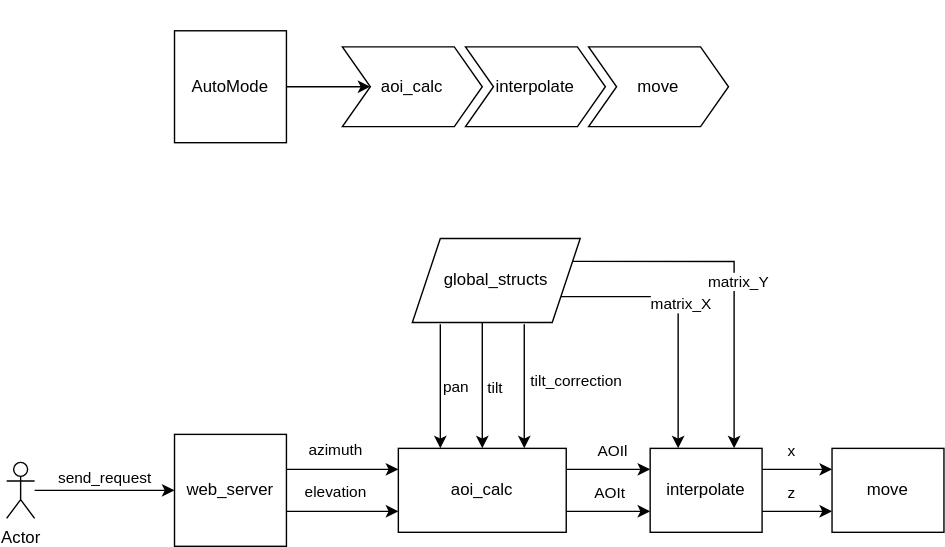
Above: documentation/DFD_FSM/EphMode.svg in isi-ies-group/Window_Control (draw.io), before the change. Source tidied: cells renumbered, new cells last; positions are measured from the earlier drawing's top-left corner, leaving out a move shared by most shapes. The source it was exported from:
```xml
<mxGraphModel>
  <root>
    <mxCell id="0" />
    <mxCell id="1" parent="0" />
    <mxCell id="2" style="edgeStyle=orthogonalEdgeStyle;rounded=0;jettySize=auto;html=1;entryX=0.25;entryY=0;entryDx=0;entryDy=0;" parent="1" edge="1" target="18">
      <mxGeometry relative="1" as="geometry">
        <mxPoint x="310" y="231.3" as="sourcePoint" />
      </mxGeometry>
    </mxCell>
    <mxCell id="3" value="pan" style="edgeLabel;html=1;align=center;verticalAlign=middle;" parent="2" vertex="1">
      <mxGeometry x="-0.01" y="4" relative="1" as="geometry">
        <mxPoint x="6" as="offset" />
      </mxGeometry>
    </mxCell>
    <mxCell id="4" style="edgeStyle=orthogonalEdgeStyle;rounded=0;jettySize=auto;html=1;entryX=0.75;entryY=0;entryDx=0;entryDy=0;" parent="1" edge="1" target="18">
      <mxGeometry relative="1" as="geometry">
        <mxPoint x="370" y="231.3" as="sourcePoint" />
      </mxGeometry>
    </mxCell>
    <mxCell id="5" value="tilt_correction" style="edgeLabel;html=1;align=center;verticalAlign=middle;" parent="4" vertex="1">
      <mxGeometry x="0.1" y="5" relative="1" as="geometry">
        <mxPoint x="31" y="-9" as="offset" />
      </mxGeometry>
    </mxCell>
    <mxCell id="6" style="edgeStyle=orthogonalEdgeStyle;rounded=0;jettySize=auto;html=1;exitX=1;exitY=0.75;exitDx=0;exitDy=0;entryX=0.25;entryY=0;entryDx=0;entryDy=0;" parent="1" edge="1" source="31" target="25">
      <mxGeometry relative="1" as="geometry" />
    </mxCell>
    <mxCell id="7" value="matrix_X" style="edgeLabel;html=1;align=center;verticalAlign=middle;" parent="6" vertex="1">
      <mxGeometry x="-0.07" y="1" relative="1" as="geometry" />
    </mxCell>
    <mxCell id="8" style="edgeStyle=orthogonalEdgeStyle;rounded=0;jettySize=auto;html=1;exitX=1;exitY=0.25;exitDx=0;exitDy=0;entryX=0.75;entryY=0;entryDx=0;entryDy=0;" parent="1" edge="1" source="31" target="25">
      <mxGeometry relative="1" as="geometry" />
    </mxCell>
    <mxCell id="9" value="matrix_Y" style="edgeLabel;html=1;align=center;verticalAlign=middle;" parent="8" vertex="1">
      <mxGeometry x="0.04" y="2" relative="1" as="geometry" />
    </mxCell>
    <mxCell id="10" style="edgeStyle=orthogonalEdgeStyle;rounded=0;jettySize=auto;html=1;exitX=1;exitY=0.25;exitDx=0;exitDy=0;entryX=0;entryY=0.25;entryDx=0;entryDy=0;" parent="1" edge="1" target="18">
      <mxGeometry relative="1" as="geometry">
        <mxPoint x="200" y="335" as="sourcePoint" />
      </mxGeometry>
    </mxCell>
    <mxCell id="11" value="azimuth" style="edgeLabel;html=1;align=center;verticalAlign=middle;" parent="10" vertex="1">
      <mxGeometry x="-0.16" y="-5" relative="1" as="geometry">
        <mxPoint y="-20" as="offset" />
      </mxGeometry>
    </mxCell>
    <mxCell id="12" style="edgeStyle=orthogonalEdgeStyle;rounded=0;jettySize=auto;html=1;exitX=1;exitY=0.75;exitDx=0;exitDy=0;entryX=0;entryY=0.75;entryDx=0;entryDy=0;" parent="1" edge="1" target="18">
      <mxGeometry relative="1" as="geometry">
        <mxPoint x="200" y="365" as="sourcePoint" />
      </mxGeometry>
    </mxCell>
    <mxCell id="13" value="elevation" style="edgeLabel;html=1;align=center;verticalAlign=middle;" parent="12" vertex="1">
      <mxGeometry x="-0.13" y="-1" relative="1" as="geometry">
        <mxPoint x="-1" y="-16" as="offset" />
      </mxGeometry>
    </mxCell>
    <mxCell id="14" style="edgeStyle=orthogonalEdgeStyle;rounded=0;jettySize=auto;html=1;exitX=1;exitY=0.25;exitDx=0;exitDy=0;entryX=0;entryY=0.25;entryDx=0;entryDy=0;" parent="1" edge="1" source="18" target="25">
      <mxGeometry relative="1" as="geometry" />
    </mxCell>
    <mxCell id="15" value="AOIl" style="edgeLabel;html=1;align=center;verticalAlign=middle;" parent="14" vertex="1">
      <mxGeometry x="0.2" y="-1" relative="1" as="geometry">
        <mxPoint x="-4" y="-15" as="offset" />
      </mxGeometry>
    </mxCell>
    <mxCell id="16" style="edgeStyle=orthogonalEdgeStyle;rounded=0;jettySize=auto;html=1;exitX=1;exitY=0.75;exitDx=0;exitDy=0;entryX=0;entryY=0.75;entryDx=0;entryDy=0;" parent="1" edge="1" source="18" target="25">
      <mxGeometry relative="1" as="geometry" />
    </mxCell>
    <mxCell id="17" value="AOIt" style="edgeLabel;html=1;align=center;verticalAlign=middle;" parent="16" vertex="1">
      <mxGeometry y="4" relative="1" as="geometry">
        <mxPoint y="-10" as="offset" />
      </mxGeometry>
    </mxCell>
    <mxCell id="18" value="aoi_calc" style="rounded=0;whiteSpace=wrap;html=1;" parent="1" vertex="1">
      <mxGeometry x="280" y="320" width="120" height="60" as="geometry" />
    </mxCell>
    <mxCell id="19" style="edgeStyle=orthogonalEdgeStyle;rounded=0;jettySize=auto;html=1;entryX=0.5;entryY=0;entryDx=0;entryDy=0;" parent="1" edge="1" target="18">
      <mxGeometry relative="1" as="geometry">
        <mxPoint x="340" y="230.3" as="sourcePoint" />
      </mxGeometry>
    </mxCell>
    <mxCell id="20" value="tilt" style="edgeLabel;html=1;align=center;verticalAlign=middle;" parent="19" vertex="1">
      <mxGeometry x="0.03" relative="1" as="geometry">
        <mxPoint x="8" as="offset" />
      </mxGeometry>
    </mxCell>
    <mxCell id="21" style="edgeStyle=orthogonalEdgeStyle;rounded=0;jettySize=auto;html=1;exitX=1;exitY=0.25;exitDx=0;exitDy=0;entryX=0;entryY=0.25;entryDx=0;entryDy=0;" parent="1" edge="1" source="25" target="26">
      <mxGeometry relative="1" as="geometry" />
    </mxCell>
    <mxCell id="22" value="x" style="edgeLabel;html=1;align=center;verticalAlign=middle;" parent="21" vertex="1">
      <mxGeometry x="0.08" relative="1" as="geometry">
        <mxPoint x="-7" y="-14" as="offset" />
      </mxGeometry>
    </mxCell>
    <mxCell id="23" style="edgeStyle=orthogonalEdgeStyle;rounded=0;jettySize=auto;html=1;exitX=1;exitY=0.75;exitDx=0;exitDy=0;entryX=0;entryY=0.75;entryDx=0;entryDy=0;" parent="1" edge="1" source="25" target="26">
      <mxGeometry relative="1" as="geometry" />
    </mxCell>
    <mxCell id="24" value="z" style="edgeLabel;html=1;align=center;verticalAlign=middle;" parent="23" vertex="1">
      <mxGeometry x="0.12" y="-2" relative="1" as="geometry">
        <mxPoint x="-8" y="-16" as="offset" />
      </mxGeometry>
    </mxCell>
    <mxCell id="25" value="interpolate" style="rounded=0;whiteSpace=wrap;html=1;" parent="1" vertex="1">
      <mxGeometry x="460" y="320" width="80" height="60" as="geometry" />
    </mxCell>
    <mxCell id="26" value="move" style="rounded=0;whiteSpace=wrap;html=1;" parent="1" vertex="1">
      <mxGeometry x="590" y="320" width="80" height="60" as="geometry" />
    </mxCell>
    <mxCell id="27" style="edgeStyle=orthogonalEdgeStyle;rounded=0;jettySize=auto;html=1;" parent="1" edge="1" source="29" target="30">
      <mxGeometry relative="1" as="geometry" />
    </mxCell>
    <mxCell id="28" value="send_request" style="edgeLabel;html=1;align=center;verticalAlign=middle;" parent="27" vertex="1">
      <mxGeometry x="-0.03" y="-1" relative="1" as="geometry">
        <mxPoint y="-11" as="offset" />
      </mxGeometry>
    </mxCell>
    <mxCell id="29" value="Actor" style="shape=umlActor;verticalLabelPosition=bottom;verticalAlign=top;html=1;outlineConnect=0;" parent="1" vertex="1">
      <mxGeometry y="330" width="20" height="40" as="geometry" />
    </mxCell>
    <mxCell id="30" value="web_server" style="whiteSpace=wrap;html=1;" parent="1" vertex="1">
      <mxGeometry x="120" y="310" width="80" height="80" as="geometry" />
    </mxCell>
    <mxCell id="31" value="global_structs" style="shape=parallelogram;perimeter=parallelogramPerimeter;whiteSpace=wrap;html=1;fixedSize=1;" parent="1" vertex="1">
      <mxGeometry x="290" y="170" width="120" height="60" as="geometry" />
    </mxCell>
    <mxCell id="32" style="swimlane;horizontal=1;fillColor=none;strokeColor=none;stackBorder=10;align=center;whiteSpace=wrap;html=1;" parent="1" vertex="1">
      <mxGeometry x="230" width="296" height="100" as="geometry" />
    </mxCell>
    <mxCell id="33" value="aoi_calc" style="shape=step;perimeter=stepPerimeter;fixedSize=1;points=[];whiteSpace=wrap;html=1;" parent="32" vertex="1">
      <mxGeometry x="10" y="33" width="100" height="57" as="geometry" />
    </mxCell>
    <mxCell id="34" value="interpolate" style="shape=step;perimeter=stepPerimeter;fixedSize=1;whiteSpace=wrap;html=1;" parent="32" vertex="1">
      <mxGeometry x="98" y="33" width="100" height="57" as="geometry" />
    </mxCell>
    <mxCell id="35" value="move" style="shape=step;perimeter=stepPerimeter;fixedSize=1;whiteSpace=wrap;html=1;" parent="32" vertex="1">
      <mxGeometry x="186" y="33" width="100" height="57" as="geometry" />
    </mxCell>
    <mxCell id="36" style="edgeStyle=orthogonalEdgeStyle;rounded=0;jettySize=auto;html=1;" parent="1" edge="1" source="37" target="33">
      <mxGeometry relative="1" as="geometry" />
    </mxCell>
    <mxCell id="37" value="AutoMode" style="whiteSpace=wrap;html=1;" parent="1" vertex="1">
      <mxGeometry x="120" y="21.5" width="80" height="80" as="geometry" />
    </mxCell>
  </root>
</mxGraphModel>
```
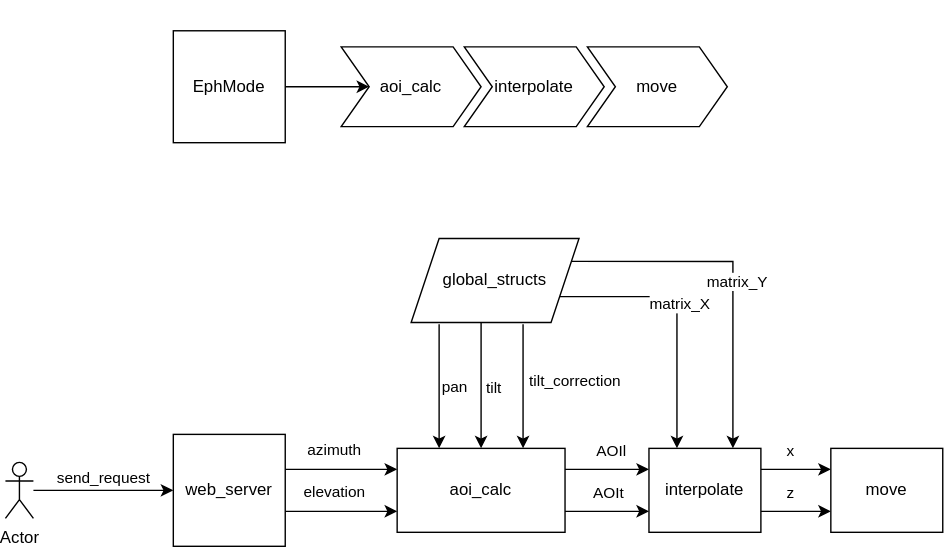
The same diagram one commit later.

The edit, as a diff of the source:
```diff
@@ -137,7 +137,7 @@
     <mxCell id="36" style="edgeStyle=orthogonalEdgeStyle;rounded=0;jettySize=auto;html=1;" parent="1" edge="1" source="37" target="33">
       <mxGeometry relative="1" as="geometry" />
     </mxCell>
-    <mxCell id="37" value="AutoMode" style="whiteSpace=wrap;html=1;" parent="1" vertex="1">
+    <mxCell id="37" value="EphMode" style="whiteSpace=wrap;html=1;" parent="1" vertex="1">
       <mxGeometry x="120" y="21.5" width="80" height="80" as="geometry" />
     </mxCell>
   </root>
```
